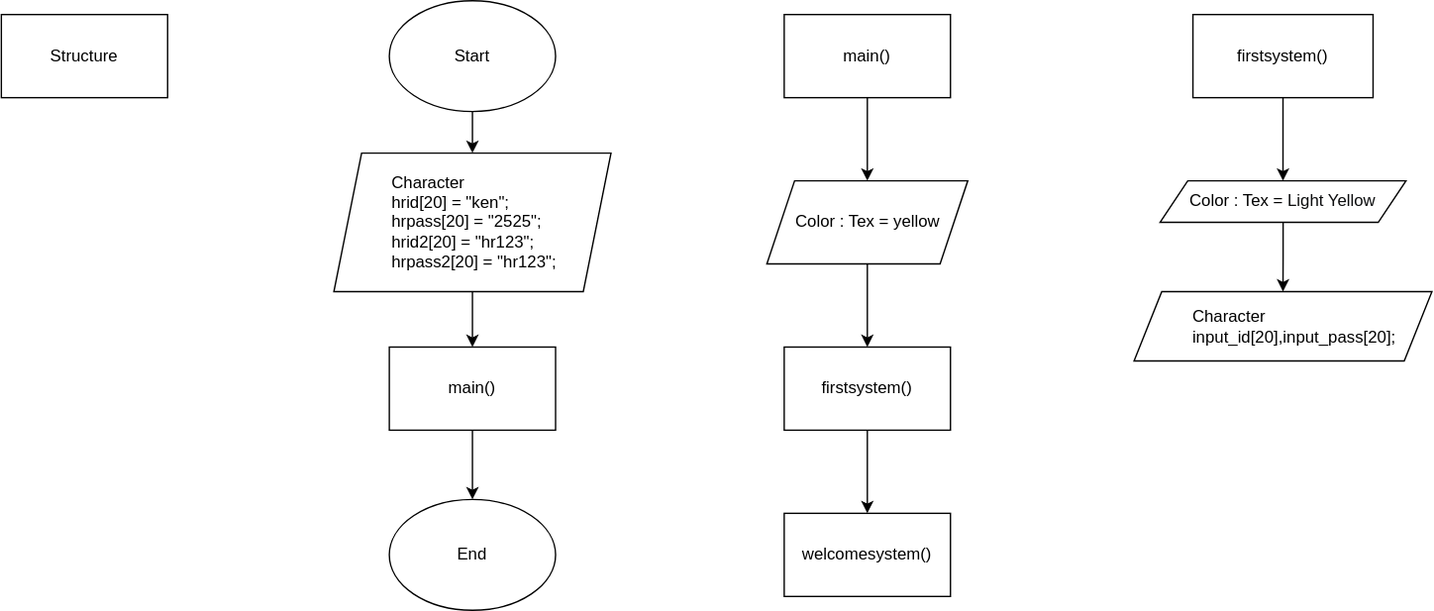
The draw.io diagram Project_C.drawio.svg in Nuttph/Project_C_Flowchart, before a commit. Source tidied: cells renumbered, new cells last; positions are measured from the earlier drawing's top-left corner, leaving out a move shared by most shapes.
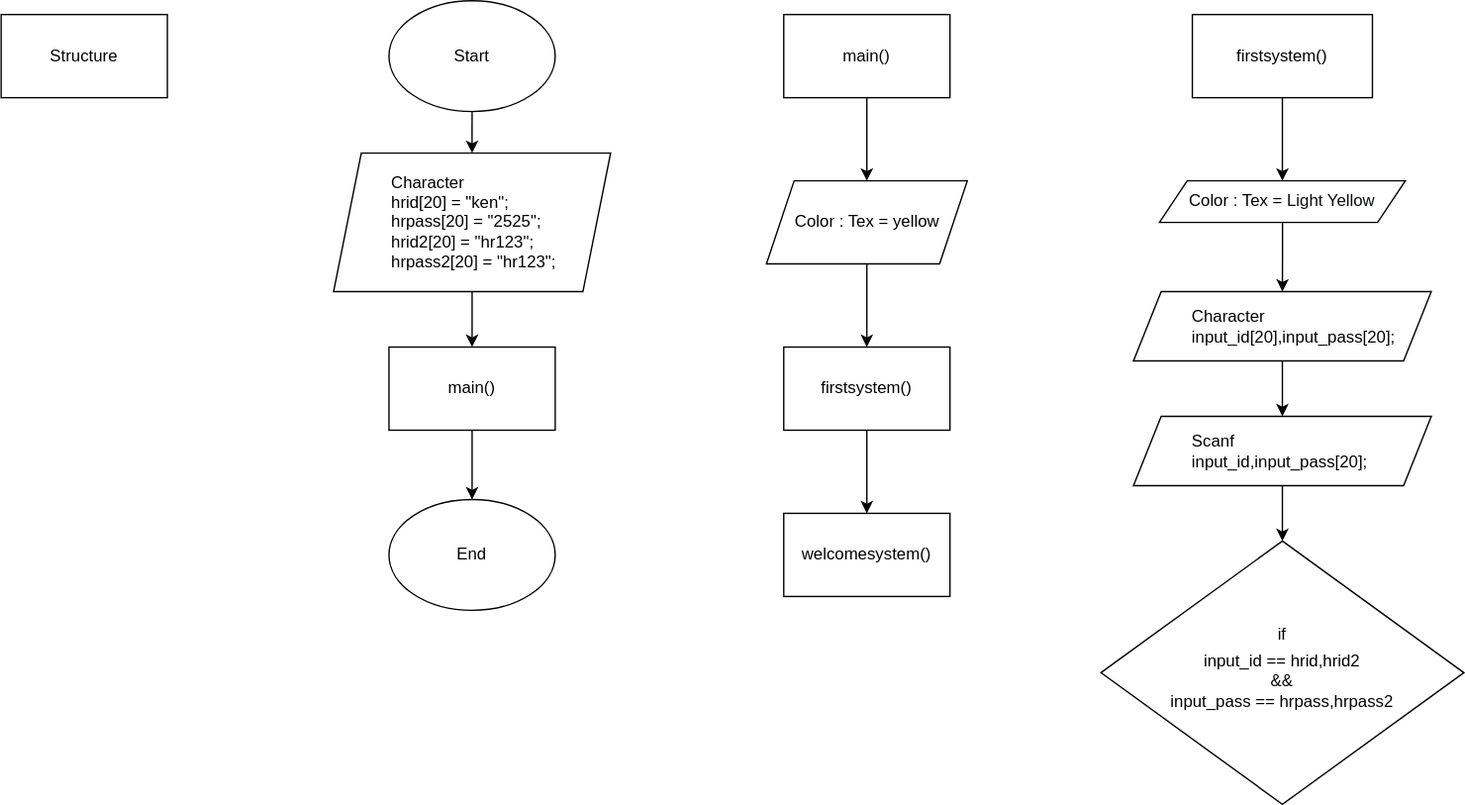
After the commit.

Change to the diagram source:
```diff
@@ -59,8 +59,24 @@
     <mxCell id="20" value="Color : Tex =&amp;nbsp;&lt;span style=&quot;background-color: transparent; font-family: inherit; font-size: var(--_pr-code-fs); font-style: inherit; font-variant-ligatures: inherit; font-variant-caps: inherit; font-weight: inherit; white-space: inherit; color: rgb(12, 13, 14); text-align: left;&quot;&gt;Light Yellow&lt;/span&gt;" style="shape=parallelogram;perimeter=parallelogramPerimeter;whiteSpace=wrap;html=1;fixedSize=1;" parent="1" vertex="1">
       <mxGeometry x="836.2" y="130" width="177.5" height="30" as="geometry" />
     </mxCell>
+    <mxCell id="22" style="edgeStyle=orthogonalEdgeStyle;rounded=0;jettySize=auto;html=1;entryX=0.5;entryY=0;entryDx=0;entryDy=0;" parent="1" edge="1" source="21" target="24">
+      <mxGeometry relative="1" as="geometry">
+        <Array as="points">
+          <mxPoint x="925" y="290" />
+        </Array>
+      </mxGeometry>
+    </mxCell>
     <mxCell id="21" value="&lt;blockquote style=&quot;margin: 0px 0px 0px 40px; border: none; padding: 0px;&quot;&gt;Character&lt;/blockquote&gt;&lt;blockquote style=&quot;margin: 0px 0px 0px 40px; border: none; padding: 0px;&quot;&gt;&lt;span style=&quot;background-color: initial;&quot;&gt;input_id[20],input_pass[20];&lt;/span&gt;&lt;/blockquote&gt;" style="shape=parallelogram;perimeter=parallelogramPerimeter;whiteSpace=wrap;html=1;fixedSize=1;align=left;" parent="1" vertex="1">
       <mxGeometry x="817.5" y="210" width="215" height="50" as="geometry" />
     </mxCell>
+    <mxCell id="23" style="edgeStyle=orthogonalEdgeStyle;rounded=0;jettySize=auto;html=1;entryX=0.5;entryY=0;entryDx=0;entryDy=0;" parent="1" edge="1" source="24" target="25">
+      <mxGeometry relative="1" as="geometry" />
+    </mxCell>
+    <mxCell id="24" value="&lt;blockquote style=&quot;margin: 0px 0px 0px 40px; border: none; padding: 0px;&quot;&gt;Scanf&lt;/blockquote&gt;&lt;blockquote style=&quot;margin: 0px 0px 0px 40px; border: none; padding: 0px;&quot;&gt;&lt;span style=&quot;background-color: initial;&quot;&gt;input_id,input_pass[20];&lt;/span&gt;&lt;/blockquote&gt;" style="shape=parallelogram;perimeter=parallelogramPerimeter;whiteSpace=wrap;html=1;fixedSize=1;align=left;" parent="1" vertex="1">
+      <mxGeometry x="817.5" y="300" width="215" height="50" as="geometry" />
+    </mxCell>
+    <mxCell id="25" value="&lt;p style=&quot;line-height: 0%;&quot;&gt;if&lt;/p&gt;&lt;div&gt;input_id&lt;span style=&quot;background-color: initial;&quot;&gt;&amp;nbsp;== hrid,&lt;/span&gt;&lt;span style=&quot;background-color: initial;&quot;&gt;hrid2&lt;/span&gt;&lt;/div&gt;&lt;div&gt;&lt;span style=&quot;background-color: initial;&quot;&gt;&amp;amp;&amp;amp;&lt;/span&gt;&lt;/div&gt;&lt;div&gt;&lt;span style=&quot;background-color: initial;&quot;&gt;input_pass == hrpass,&lt;/span&gt;&lt;span style=&quot;background-color: initial;&quot;&gt;hrpass2&lt;/span&gt;&lt;/div&gt;&lt;p&gt;&lt;/p&gt;" style="rhombus;whiteSpace=wrap;html=1;" parent="1" vertex="1">
+      <mxGeometry x="794" y="390" width="262" height="190" as="geometry" />
+    </mxCell>
   </root>
 </mxGraphModel>
```
